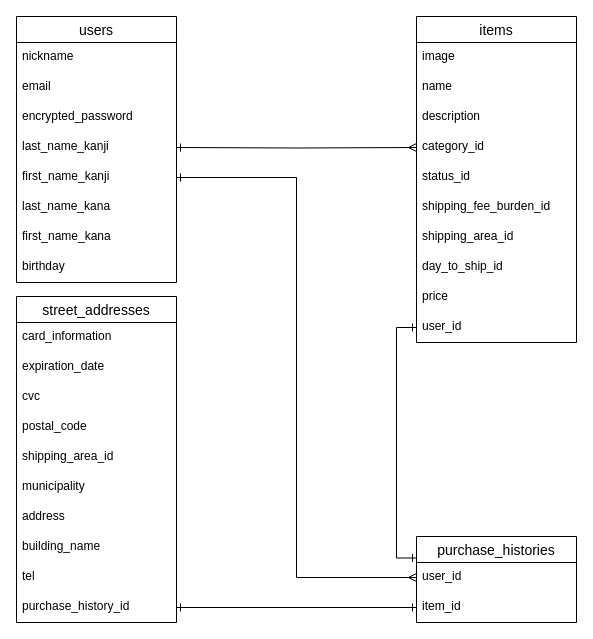
Above: ER.dio in doshara1280/furima-34972 (draw.io), before the change. Source tidied: cells renumbered, new cells numbered last; positions are measured from the earlier drawing's top-left corner, leaving out a move shared by most shapes. Both pictures are drawn from the tidied source at 100%, with x=0, y=0 at pixel (16, 16).
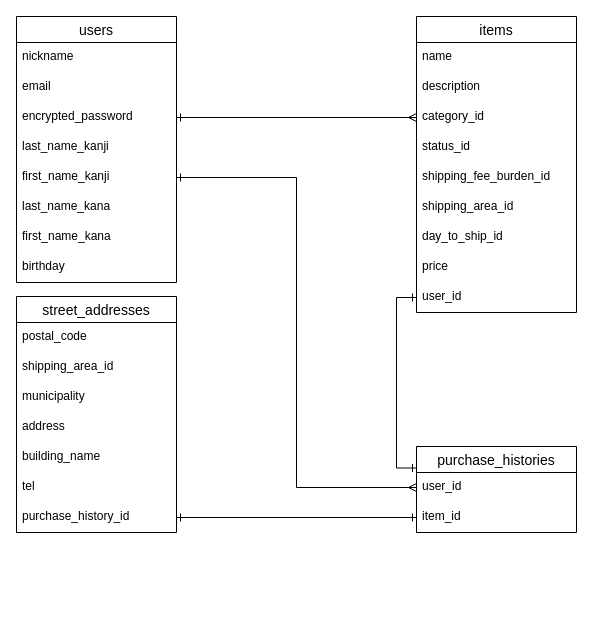
The same diagram, later.

Unchanged cells that the change refers to:
```xml
<mxCell id="5" value="encrypted_password" style="text;strokeColor=none;fillColor=none;spacingLeft=4;spacingRight=4;overflow=hidden;points=[[0,0.5],[1,0.5]];portConstraint=eastwest;fontSize=12;" parent="2" vertex="1">
  <mxGeometry y="86" width="160" height="30" as="geometry" />
</mxCell>
```

The edit, as a diff of the source:
```diff
@@
     <mxCell id="11" value="items" style="swimlane;fontStyle=0;horizontal=1;startSize=26;align=center;fontSize=14;" parent="1" vertex="1">
-      <mxGeometry x="400" width="160" height="326" as="geometry" />
+      <mxGeometry x="400" width="160" height="296" as="geometry" />
     </mxCell>
-    <mxCell id="12" value="image" style="text;strokeColor=none;fillColor=none;spacingLeft=4;spacingRight=4;overflow=hidden;fontSize=12;" parent="11" vertex="1">
-      <mxGeometry y="26" width="160" height="30" as="geometry" />
-    </mxCell>
     <mxCell id="13" value="name" style="text;strokeColor=none;fillColor=none;spacingLeft=4;spacingRight=4;overflow=hidden;fontSize=12;" parent="11" vertex="1">
-      <mxGeometry y="56" width="160" height="30" as="geometry" />
+      <mxGeometry y="26" width="160" height="30" as="geometry" />
     </mxCell>
     <mxCell id="14" value="description" style="text;strokeColor=none;fillColor=none;spacingLeft=4;spacingRight=4;overflow=hidden;fontSize=12;" parent="11" vertex="1">
-      <mxGeometry y="86" width="160" height="30" as="geometry" />
+      <mxGeometry y="56" width="160" height="30" as="geometry" />
     </mxCell>
     <mxCell id="15" value="category_id" style="text;strokeColor=none;fillColor=none;spacingLeft=4;spacingRight=4;overflow=hidden;points=[[0,0.5],[1,0.5]];portConstraint=eastwest;fontSize=12;" parent="11" vertex="1">
-      <mxGeometry y="116" width="160" height="30" as="geometry" />
+      <mxGeometry y="86" width="160" height="30" as="geometry" />
     </mxCell>
     <mxCell id="16" value="status_id" style="text;strokeColor=none;fillColor=none;spacingLeft=4;spacingRight=4;overflow=hidden;fontSize=12;" parent="11" vertex="1">
-      <mxGeometry y="146" width="160" height="30" as="geometry" />
+      <mxGeometry y="116" width="160" height="30" as="geometry" />
     </mxCell>
     <mxCell id="17" value="shipping_fee_burden_id" style="text;strokeColor=none;fillColor=none;spacingLeft=4;spacingRight=4;overflow=hidden;fontSize=12;" parent="11" vertex="1">
-      <mxGeometry y="176" width="160" height="30" as="geometry" />
+      <mxGeometry y="146" width="160" height="30" as="geometry" />
     </mxCell>
     <mxCell id="18" value="shipping_area_id" style="text;strokeColor=none;fillColor=none;spacingLeft=4;spacingRight=4;overflow=hidden;fontSize=12;" parent="11" vertex="1">
-      <mxGeometry y="206" width="160" height="30" as="geometry" />
+      <mxGeometry y="176" width="160" height="30" as="geometry" />
     </mxCell>
     <mxCell id="19" value="day_to_ship_id" style="text;strokeColor=none;fillColor=none;spacingLeft=4;spacingRight=4;overflow=hidden;fontSize=12;" parent="11" vertex="1">
-      <mxGeometry y="236" width="160" height="30" as="geometry" />
+      <mxGeometry y="206" width="160" height="30" as="geometry" />
     </mxCell>
     <mxCell id="20" value="price" style="text;strokeColor=none;fillColor=none;spacingLeft=4;spacingRight=4;overflow=hidden;fontSize=12;" parent="11" vertex="1">
-      <mxGeometry y="266" width="160" height="30" as="geometry" />
+      <mxGeometry y="236" width="160" height="30" as="geometry" />
     </mxCell>
     <mxCell id="21" value="user_id" style="text;strokeColor=none;fillColor=none;spacingLeft=4;spacingRight=4;overflow=hidden;points=[[0,0.5],[1,0.5]];portConstraint=eastwest;fontSize=12;" parent="11" vertex="1">
-      <mxGeometry y="296" width="160" height="30" as="geometry" />
+      <mxGeometry y="266" width="160" height="30" as="geometry" />
     </mxCell>
     <mxCell id="22" value="street_addresses" style="swimlane;fontStyle=0;horizontal=1;startSize=26;align=center;fontSize=14;" parent="1" vertex="1">
-      <mxGeometry y="280" width="160" height="326" as="geometry" />
+      <mxGeometry y="280" width="160" height="236" as="geometry" />
     </mxCell>
-    <mxCell id="23" value="card_information" style="text;strokeColor=none;fillColor=none;spacingLeft=4;spacingRight=4;overflow=hidden;fontSize=12;" parent="22" vertex="1">
-      <mxGeometry y="26" width="160" height="30" as="geometry" />
-    </mxCell>
-    <mxCell id="24" value="expiration_date" style="text;strokeColor=none;fillColor=none;spacingLeft=4;spacingRight=4;overflow=hidden;fontSize=12;" parent="22" vertex="1">
-      <mxGeometry y="56" width="160" height="30" as="geometry" />
-    </mxCell>
-    <mxCell id="25" value="cvc" style="text;strokeColor=none;fillColor=none;spacingLeft=4;spacingRight=4;overflow=hidden;fontSize=12;" parent="22" vertex="1">
-      <mxGeometry y="86" width="160" height="30" as="geometry" />
-    </mxCell>
     <mxCell id="26" value="postal_code" style="text;strokeColor=none;fillColor=none;spacingLeft=4;spacingRight=4;overflow=hidden;fontSize=12;" parent="22" vertex="1">
-      <mxGeometry y="116" width="160" height="30" as="geometry" />
+      <mxGeometry y="26" width="160" height="30" as="geometry" />
     </mxCell>
     <mxCell id="27" value="shipping_area_id" style="text;strokeColor=none;fillColor=none;spacingLeft=4;spacingRight=4;overflow=hidden;fontSize=12;" parent="22" vertex="1">
-      <mxGeometry y="146" width="160" height="30" as="geometry" />
+      <mxGeometry y="56" width="160" height="30" as="geometry" />
     </mxCell>
     <mxCell id="28" value="municipality" style="text;strokeColor=none;fillColor=none;spacingLeft=4;spacingRight=4;overflow=hidden;fontSize=12;" parent="22" vertex="1">
-      <mxGeometry y="176" width="160" height="30" as="geometry" />
+      <mxGeometry y="86" width="160" height="30" as="geometry" />
     </mxCell>
     <mxCell id="29" value="address" style="text;strokeColor=none;fillColor=none;spacingLeft=4;spacingRight=4;overflow=hidden;fontSize=12;" parent="22" vertex="1">
-      <mxGeometry y="206" width="160" height="30" as="geometry" />
+      <mxGeometry y="116" width="160" height="30" as="geometry" />
     </mxCell>
     <mxCell id="30" value="building_name" style="text;strokeColor=none;fillColor=none;spacingLeft=4;spacingRight=4;overflow=hidden;fontSize=12;" parent="22" vertex="1">
-      <mxGeometry y="236" width="160" height="30" as="geometry" />
+      <mxGeometry y="146" width="160" height="30" as="geometry" />
     </mxCell>
     <mxCell id="31" value="tel" style="text;strokeColor=none;fillColor=none;spacingLeft=4;spacingRight=4;overflow=hidden;fontSize=12;" parent="22" vertex="1">
-      <mxGeometry y="266" width="160" height="30" as="geometry" />
+      <mxGeometry y="176" width="160" height="30" as="geometry" />
     </mxCell>
     <mxCell id="32" value="purchase_history_id" style="text;strokeColor=none;fillColor=none;spacingLeft=4;spacingRight=4;overflow=hidden;points=[[0,0.5],[1,0.5]];portConstraint=eastwest;fontSize=12;" parent="22" vertex="1">
-      <mxGeometry y="296" width="160" height="30" as="geometry" />
+      <mxGeometry y="206" width="160" height="30" as="geometry" />
     </mxCell>
-    <mxCell id="33" style="edgeStyle=orthogonalEdgeStyle;rounded=0;jettySize=auto;html=1;exitX=1;exitY=0.5;exitDx=0;exitDy=0;entryX=0;entryY=0.5;entryDx=0;entryDy=0;endArrow=ERmany;endFill=0;startArrow=ERone;startFill=0;" parent="1" edge="1" target="15">
-      <mxGeometry relative="1" as="geometry">
-        <mxPoint x="160" y="131" as="sourcePoint" />
-      </mxGeometry>
-    </mxCell>
     <mxCell id="34" value="purchase_histories" style="swimlane;fontStyle=0;horizontal=1;startSize=26;align=center;fontSize=14;" parent="1" vertex="1">
-      <mxGeometry x="400" y="520" width="160" height="86" as="geometry" />
+      <mxGeometry x="400" y="430" width="160" height="86" as="geometry" />
     </mxCell>
@@
+    <mxCell id="40" style="edgeStyle=orthogonalEdgeStyle;rounded=0;jettySize=auto;html=1;exitX=1;exitY=0.5;exitDx=0;exitDy=0;entryX=0;entryY=0.5;entryDx=0;entryDy=0;startArrow=ERone;startFill=0;endArrow=ERmany;endFill=0;" parent="1" edge="1" source="5" target="15">
+      <mxGeometry relative="1" as="geometry" />
+    </mxCell>
```
